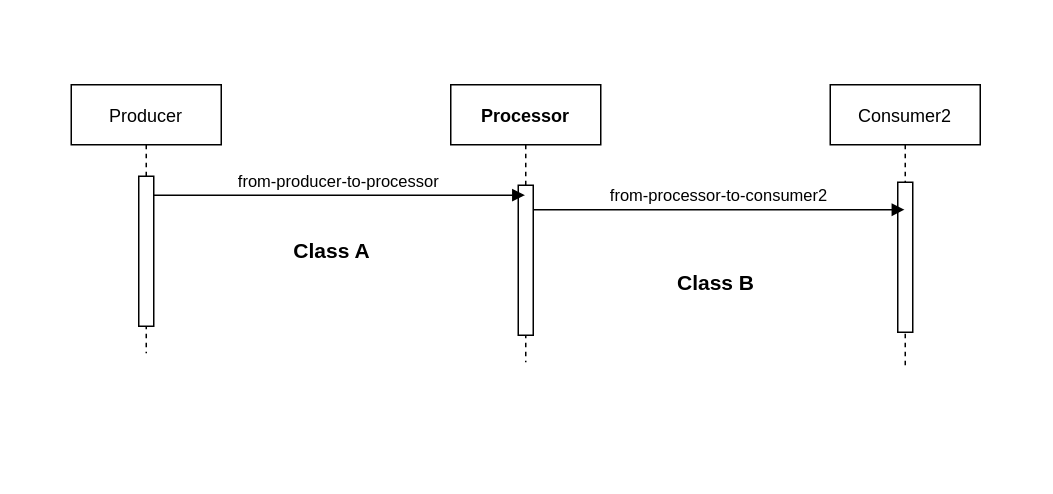
Before: Sequence_Diagram.drawio in freedev/quarkus-smallrye-reactive-messaging-example, a draw.io diagram. Source tidied: cells renumbered, new cells numbered last; positions are measured from the earlier drawing's top-left corner, leaving out a move shared by most shapes. Both pictures are drawn from the tidied source at 150%, with x=0, y=0 at pixel (70, 84).
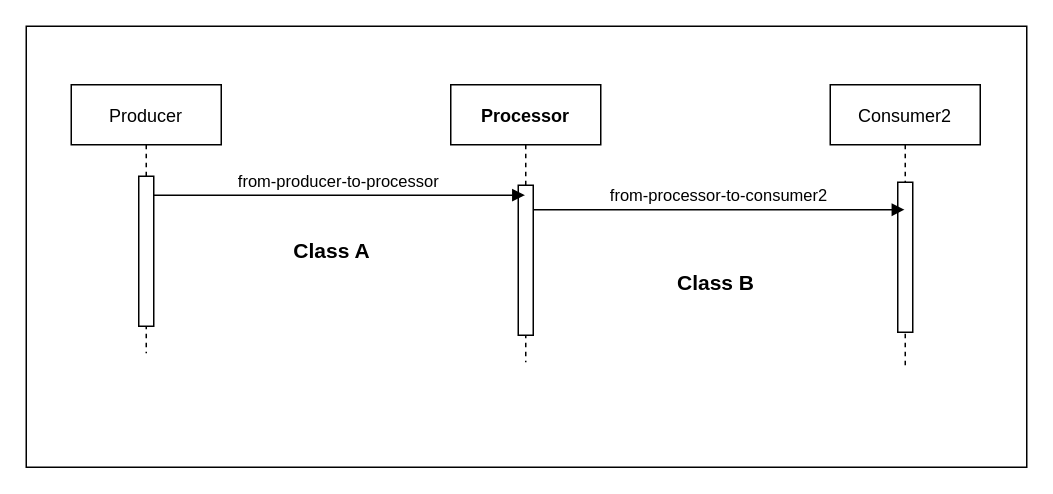
Above is the later version.

Commit message (it also covers changes not shown here):
removed transparent background

Change to the diagram source:
```diff
@@
 <mxGraphModel>
   <root>
     <mxCell id="0" />
     <mxCell id="1" parent="0" />
+    <mxCell id="12" style="rounded=0;whiteSpace=wrap;html=1;" parent="1" vertex="1">
+      <mxGeometry x="-30" y="-39" width="667" height="294" as="geometry" />
+    </mxCell>
     <mxCell id="2" value="Producer" style="shape=umlLifeline;perimeter=lifelinePerimeter;rounded=0;shadow=0;strokeWidth=1;fontColor=#000000;fillColor=#FFFFFF;strokeColor=#000000;" parent="1" vertex="1">
       <mxGeometry width="100" height="179" as="geometry" />
     </mxCell>
     <mxCell id="3" style="points=[];perimeter=orthogonalPerimeter;rounded=0;shadow=0;strokeWidth=1;" parent="2" vertex="1">
       <mxGeometry x="45" y="61" width="10" height="100" as="geometry" />
     </mxCell>
     <mxCell id="4" value="Processor" style="shape=umlLifeline;perimeter=lifelinePerimeter;rounded=0;shadow=0;strokeWidth=1;fontStyle=1;" parent="1" vertex="1">
       <mxGeometry x="253" width="100" height="185" as="geometry" />
     </mxCell>
     <mxCell id="5" style="points=[];perimeter=orthogonalPerimeter;rounded=0;shadow=0;strokeWidth=1;" parent="4" vertex="1">
       <mxGeometry x="45" y="67" width="10" height="100" as="geometry" />
     </mxCell>
     <mxCell id="6" value="Consumer2" style="shape=umlLifeline;perimeter=lifelinePerimeter;rounded=0;shadow=0;strokeWidth=1;fontColor=#000000;fillColor=#FFFFFF;strokeColor=#000000;" parent="1" vertex="1">
       <mxGeometry x="506" width="100" height="190" as="geometry" />
     </mxCell>
     <mxCell id="7" style="perimeter=orthogonalPerimeter;rounded=0;shadow=0;strokeWidth=1;" parent="6" vertex="1">
       <mxGeometry x="45" y="65" width="10" height="100" as="geometry" />
     </mxCell>
     <mxCell id="8" value="from-processor-to-consumer2" style="verticalAlign=bottom;endArrow=block;shadow=0;strokeWidth=1;exitX=1;exitY=0.163;exitDx=0;exitDy=0;exitPerimeter=0;" parent="1" edge="1" source="5" target="6">
       <mxGeometry relative="1" as="geometry" />
     </mxCell>
     <mxCell id="9" value="&lt;b&gt;Class A&lt;/b&gt;" style="text;html=1;strokeColor=none;fillColor=none;align=center;verticalAlign=middle;whiteSpace=wrap;rounded=0;fontSize=14;" parent="1" vertex="1">
       <mxGeometry x="144" y="96" width="60" height="30" as="geometry" />
     </mxCell>
     <mxCell id="10" value="&lt;b&gt;Class B&lt;/b&gt;" style="text;html=1;strokeColor=none;fillColor=none;align=center;verticalAlign=middle;whiteSpace=wrap;rounded=0;fontSize=14;" parent="1" vertex="1">
       <mxGeometry x="400" y="117" width="60" height="30" as="geometry" />
     </mxCell>
     <mxCell id="11" value="from-producer-to-processor" style="verticalAlign=bottom;endArrow=block;shadow=0;strokeWidth=1;fillColor=#FFFFFF;exitX=0.95;exitY=0.126;exitDx=0;exitDy=0;exitPerimeter=0;" parent="1" edge="1" source="3" target="4">
       <mxGeometry relative="1" as="geometry" />
     </mxCell>
   </root>
 </mxGraphModel>
```
